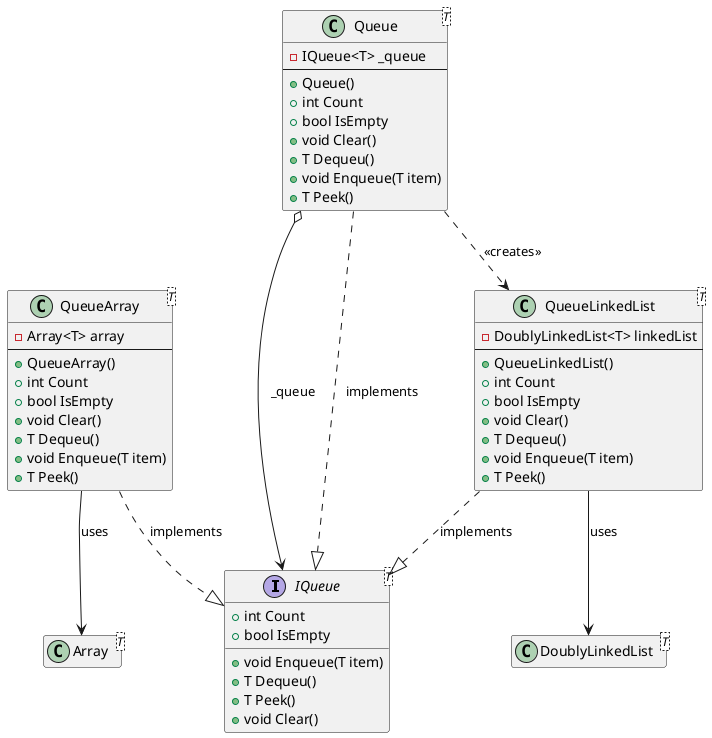
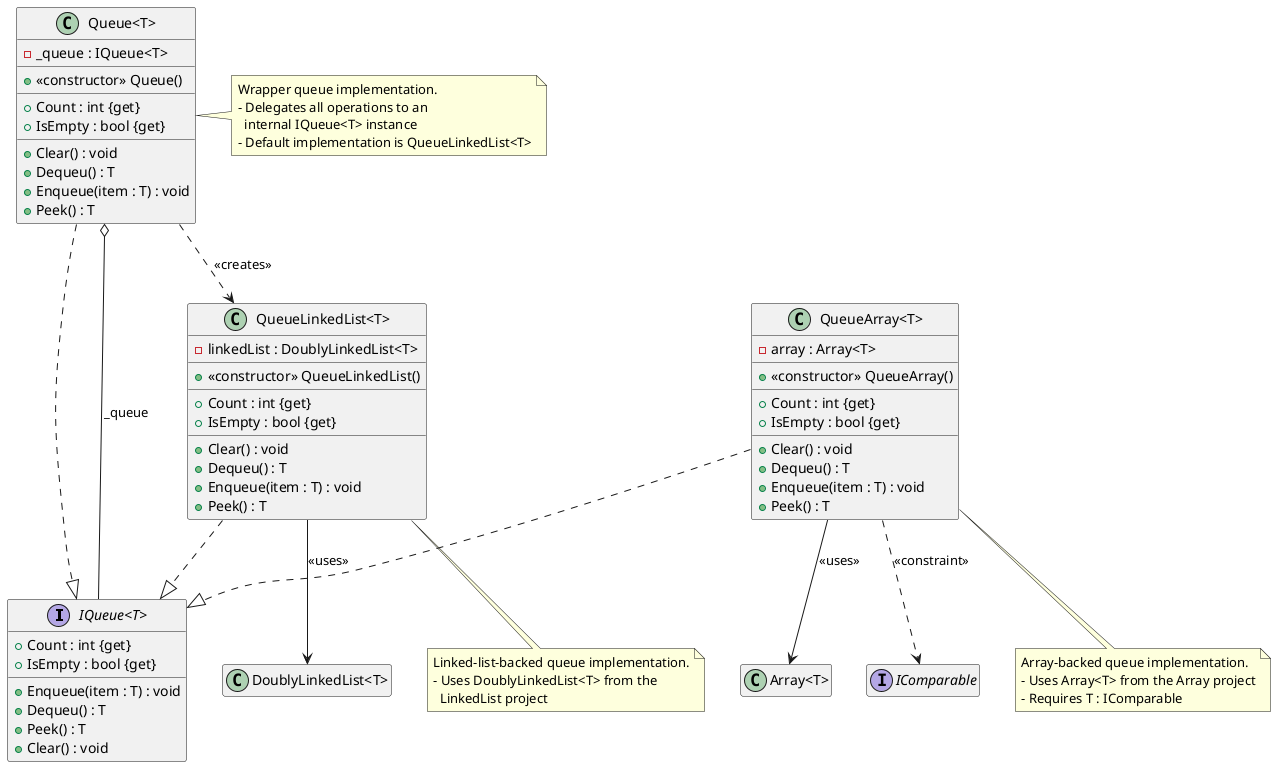
@startuml Queue

- interface IQueue<T> {
-     + void Enqueue(T item)
-     + T Dequeu()
-     + T Peek()
-     + void Clear()
-     + int Count
-     + bool IsEmpty
+ interface "IQueue<T>" {
+     + Enqueue(item : T) : void
+     + Dequeu() : T
+     + Peek() : T
+     + Clear() : void
+     + Count : int {get}
+     + IsEmpty : bool {get}
}

- class Queue<T> {
-     - IQueue<T> _queue
-     --
-     + Queue()
-     + int Count
-     + bool IsEmpty
-     + void Clear()
-     + T Dequeu()
-     + void Enqueue(T item)
-     + T Peek()
+ class "Queue<T>" {
+     - _queue : IQueue<T>
+     __
+     + <<constructor>> Queue()
+     __
+     + Count : int {get}
+     + IsEmpty : bool {get}
+     __
+     + Clear() : void
+     + Dequeu() : T
+     + Enqueue(item : T) : void
+     + Peek() : T
}

- class QueueArray<T> {
-     - Array<T> array
-     --
-     + QueueArray()
-     + int Count
-     + bool IsEmpty
-     + void Clear()
-     + T Dequeu()
-     + void Enqueue(T item)
-     + T Peek()
+ class "QueueArray<T>" {
+     - array : Array<T>
+     __
+     + <<constructor>> QueueArray()
+     __
+     + Count : int {get}
+     + IsEmpty : bool {get}
+     __
+     + Clear() : void
+     + Dequeu() : T
+     + Enqueue(item : T) : void
+     + Peek() : T
}

- class QueueLinkedList<T> {
-     - DoublyLinkedList<T> linkedList
-     --
-     + QueueLinkedList()
-     + int Count
-     + bool IsEmpty
-     + void Clear()
-     + T Dequeu()
-     + void Enqueue(T item)
-     + T Peek()
+ class "QueueLinkedList<T>" {
+     - linkedList : DoublyLinkedList<T>
+     __
+     + <<constructor>> QueueLinkedList()
+     __
+     + Count : int {get}
+     + IsEmpty : bool {get}
+     __
+     + Clear() : void
+     + Dequeu() : T
+     + Enqueue(item : T) : void
+     + Peek() : T
}

- class Array<T>
- class DoublyLinkedList<T>
+ class "Array<T>"
+ class "DoublyLinkedList<T>"
+ interface "IComparable" {
+ }

- Queue ..|> IQueue : implements
- QueueArray ..|> IQueue : implements
- QueueLinkedList ..|> IQueue : implements
+ "Queue<T>" ..|> "IQueue<T>"
+ "QueueArray<T>" ..|> "IQueue<T>"
+ "QueueLinkedList<T>" ..|> "IQueue<T>"

- Queue o--> IQueue : _queue
- Queue ..> QueueLinkedList : <<creates>>
- QueueArray --> Array : uses
- QueueLinkedList --> DoublyLinkedList : uses
+ "Queue<T>" o-- "IQueue<T>" : _queue
+ "Queue<T>" ..> "QueueLinkedList<T>" : <<creates>>
+ "QueueArray<T>" --> "Array<T>" : <<uses>>
+ "QueueArray<T>" ..> "IComparable" : <<constraint>>
+ "QueueLinkedList<T>" --> "DoublyLinkedList<T>" : <<uses>>
+ 
+ note right of "Queue<T>"
+     Wrapper queue implementation.
+     - Delegates all operations to an
+       internal IQueue<T> instance
+     - Default implementation is QueueLinkedList<T>
+ end note
+ 
+ note bottom of "QueueArray<T>"
+     Array-backed queue implementation.
+     - Uses Array<T> from the Array project
+     - Requires T : IComparable
+ end note
+ 
+ note bottom of "QueueLinkedList<T>"
+     Linked-list-backed queue implementation.
+     - Uses DoublyLinkedList<T> from the
+       LinkedList project
+ end note

hide empty members
+ 
@enduml
